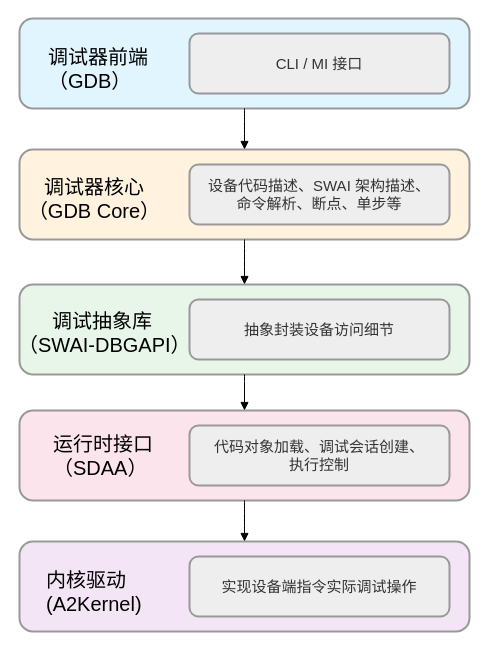
Earlier version of the draw.io diagram swai-gdb_arch-v2.drawio (HanxuLiu/drawio-files). Source tidied: cells renumbered, new cells numbered last; positions are measured from the earlier drawing's top-left corner, leaving out a move shared by most shapes. Both pictures are drawn from the tidied source at 100%, with x=0, y=0 at pixel (17, 18).
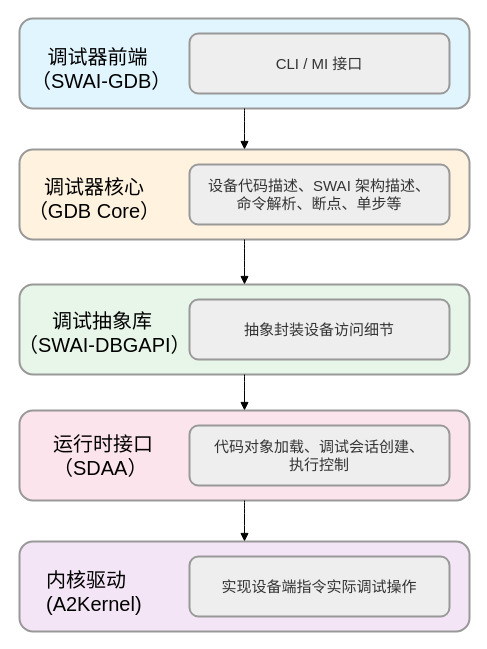
The same page after the edit.

What changed in the source:
```diff
@@
-    <mxCell id="16" value="调试器前端&lt;div&gt;（GDB）&lt;/div&gt;" style="text;whiteSpace=wrap;html=1;fontSize=20;" parent="1" vertex="1">
-      <mxGeometry x="29" y="20" width="120" height="30" as="geometry" />
+    <mxCell id="16" value="调试器前端&lt;div&gt;（SWAI-GDB）&lt;/div&gt;" style="text;whiteSpace=wrap;html=1;fontSize=20;align=center;" parent="1" vertex="1">
+      <mxGeometry x="13" y="20" width="135" height="50" as="geometry" />
     </mxCell>
```
